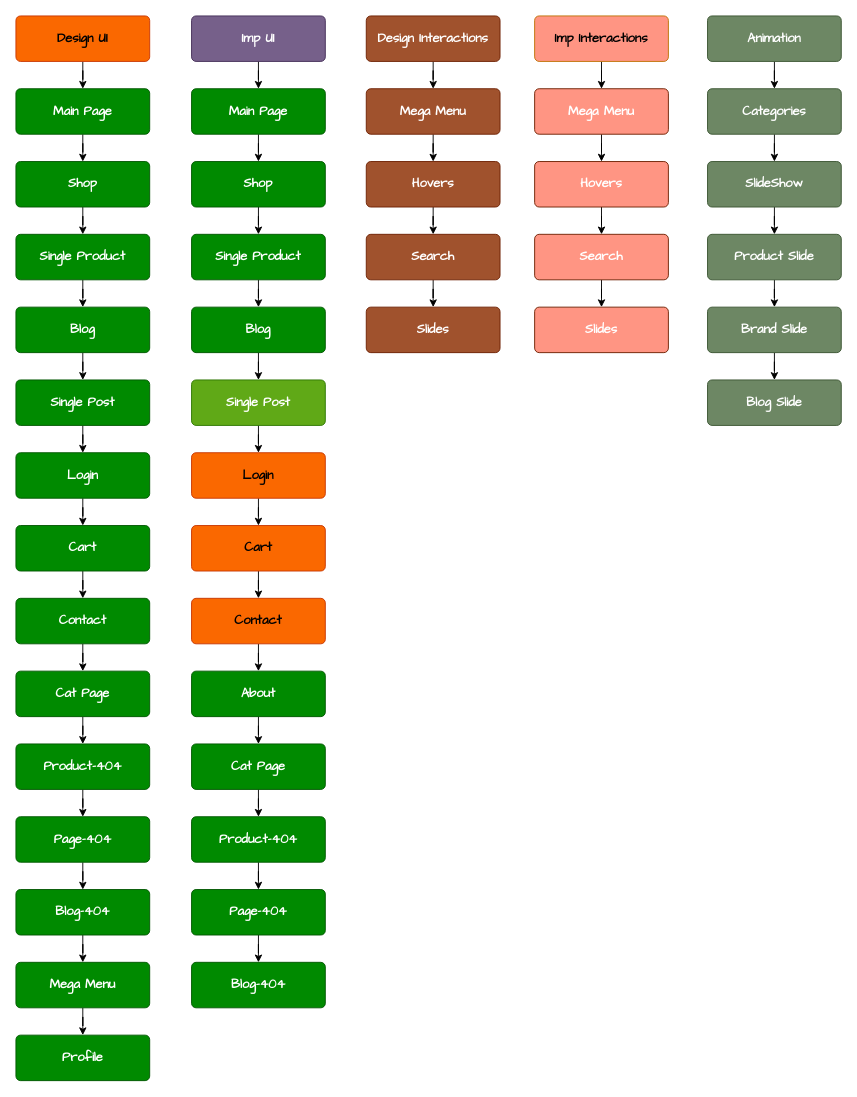
Before: JSProject.drawio in monfaredpersonal/Development, a draw.io diagram. Source tidied: cells renumbered, new cells numbered last; positions are measured from the earlier drawing's top-left corner, leaving out a move shared by most shapes. Both pictures are drawn from the tidied source at 91%, with x=0, y=0 at pixel (15, 15).
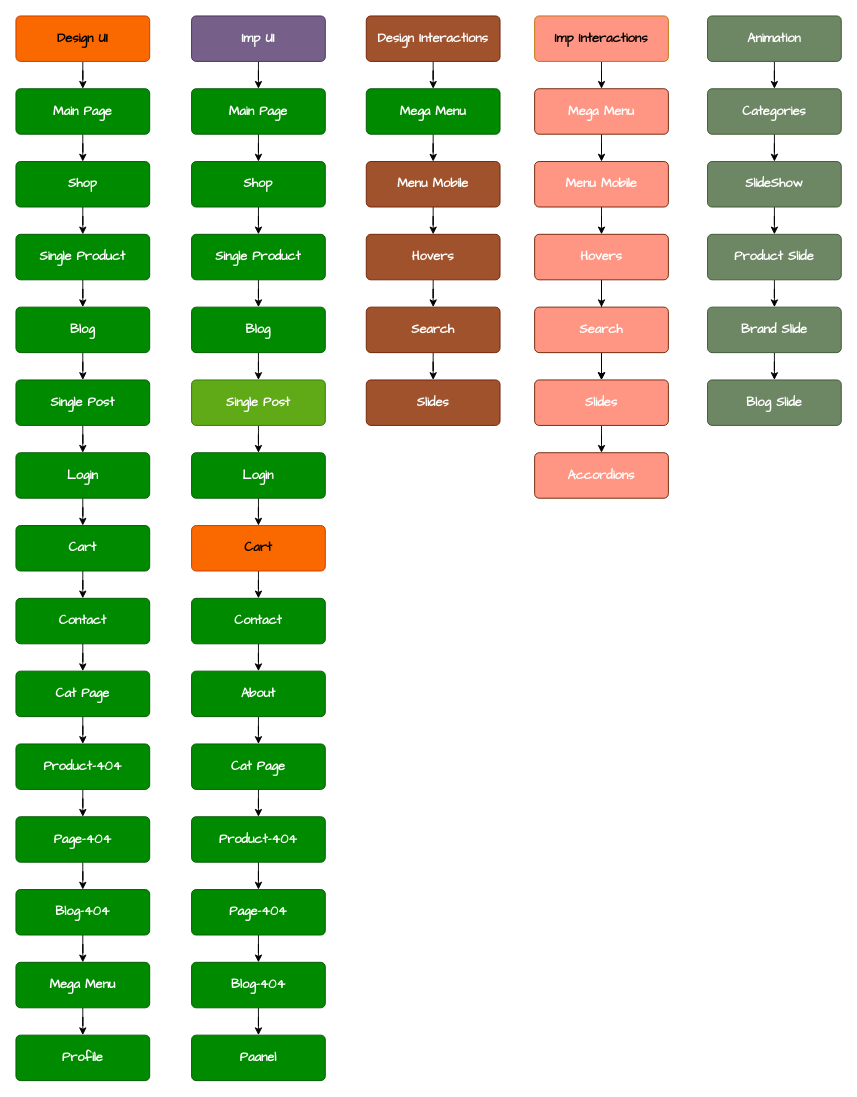
The same diagram, later.

The change refers to these unchanged cells:
```xml
<mxCell id="60" value="&lt;div style=&quot;forced-color-adjust: none;&quot;&gt;404-Blog&lt;/div&gt;" style="html=1;shadow=0;dashed=0;shape=mxgraph.bootstrap.rrect;rSize=5;strokeColor=#005700;strokeWidth=1;fillColor=#008a00;fontColor=#ffffff;whiteSpace=wrap;align=center;verticalAlign=middle;spacingLeft=0;fontStyle=1;fontSize=14;spacing=5;rounded=1;glass=0;fillStyle=auto;fontFamily=Comic Sans MS;horizontal=1;textDirection=rtl;points=[];" parent="1" vertex="1">
  <mxGeometry x="193" y="1040" width="147" height="50" as="geometry" />
</mxCell>
```

Diff of the diagram source:
```diff
@@
-    <mxCell id="47" value="&lt;div style=&quot;forced-color-adjust: none;&quot;&gt;Login&lt;/div&gt;" style="html=1;shadow=0;dashed=0;shape=mxgraph.bootstrap.rrect;rSize=5;strokeColor=#C73500;strokeWidth=1;fillColor=#fa6800;fontColor=#000000;whiteSpace=wrap;align=center;verticalAlign=middle;spacingLeft=0;fontStyle=1;fontSize=14;spacing=5;rounded=1;glass=0;fillStyle=auto;fontFamily=Comic Sans MS;horizontal=1;textDirection=rtl;points=[];" parent="1" vertex="1">
+    <mxCell id="47" value="&lt;div style=&quot;forced-color-adjust: none;&quot;&gt;Login&lt;/div&gt;" style="html=1;shadow=0;dashed=0;shape=mxgraph.bootstrap.rrect;rSize=5;strokeColor=#005700;strokeWidth=1;fillColor=#008a00;fontColor=#ffffff;whiteSpace=wrap;align=center;verticalAlign=middle;spacingLeft=0;fontStyle=1;fontSize=14;spacing=5;rounded=1;glass=0;fillStyle=auto;fontFamily=Comic Sans MS;horizontal=1;textDirection=rtl;points=[];" parent="1" vertex="1">
       <mxGeometry x="193" y="480" width="147" height="50" as="geometry" />
     </mxCell>
@@
-    <mxCell id="51" value="&lt;div style=&quot;forced-color-adjust: none;&quot;&gt;Contact&lt;/div&gt;" style="html=1;shadow=0;dashed=0;shape=mxgraph.bootstrap.rrect;rSize=5;strokeColor=#C73500;strokeWidth=1;fillColor=#fa6800;fontColor=#000000;whiteSpace=wrap;align=center;verticalAlign=middle;spacingLeft=0;fontStyle=1;fontSize=14;spacing=5;rounded=1;glass=0;fillStyle=auto;fontFamily=Comic Sans MS;horizontal=1;textDirection=rtl;points=[];" parent="1" vertex="1">
+    <mxCell id="51" value="&lt;div style=&quot;forced-color-adjust: none;&quot;&gt;Contact&lt;/div&gt;" style="html=1;shadow=0;dashed=0;shape=mxgraph.bootstrap.rrect;rSize=5;strokeColor=#005700;strokeWidth=1;fillColor=#008a00;fontColor=#ffffff;whiteSpace=wrap;align=center;verticalAlign=middle;spacingLeft=0;fontStyle=1;fontSize=14;spacing=5;rounded=1;glass=0;fillStyle=auto;fontFamily=Comic Sans MS;horizontal=1;textDirection=rtl;points=[];" parent="1" vertex="1">
       <mxGeometry x="193" y="640" width="147" height="50" as="geometry" />
     </mxCell>
@@
+    <mxCell id="87" style="edgeStyle=orthogonalEdgeStyle;rounded=0;jettySize=auto;html=1;" parent="1" edge="1" source="60" target="91">
+      <mxGeometry relative="1" as="geometry" />
+    </mxCell>
@@
-    <mxCell id="61" style="edgeStyle=orthogonalEdgeStyle;rounded=0;jettySize=auto;html=1;" parent="1" edge="1" source="62" target="64">
-      <mxGeometry relative="1" as="geometry" />
-    </mxCell>
+    <mxCell id="88" style="edgeStyle=orthogonalEdgeStyle;rounded=0;jettySize=auto;html=1;" parent="1" edge="1" source="62" target="93">
+      <mxGeometry relative="1" as="geometry" />
+    </mxCell>
-    <mxCell id="62" value="Mega Menu" style="html=1;shadow=0;dashed=0;shape=mxgraph.bootstrap.rrect;rSize=5;strokeColor=#6D1F00;strokeWidth=1;fillColor=#a0522d;fontColor=#ffffff;whiteSpace=wrap;align=center;verticalAlign=middle;spacingLeft=0;fontStyle=1;fontSize=14;spacing=5;rounded=1;glass=0;fillStyle=auto;fontFamily=Comic Sans MS;horizontal=1;textDirection=rtl;points=[];" parent="1" vertex="1">
+    <mxCell id="62" value="Mega Menu" style="html=1;shadow=0;dashed=0;shape=mxgraph.bootstrap.rrect;rSize=5;strokeColor=#005700;strokeWidth=1;fillColor=#008a00;fontColor=#ffffff;whiteSpace=wrap;align=center;verticalAlign=middle;spacingLeft=0;fontStyle=1;fontSize=14;spacing=5;rounded=1;glass=0;fillStyle=auto;fontFamily=Comic Sans MS;horizontal=1;textDirection=rtl;points=[];" parent="1" vertex="1">
       <mxGeometry x="385" y="80" width="147" height="50" as="geometry" />
     </mxCell>
@@
     <mxCell id="64" value="Hovers" style="html=1;shadow=0;dashed=0;shape=mxgraph.bootstrap.rrect;rSize=5;strokeColor=#6D1F00;strokeWidth=1;fillColor=#a0522d;fontColor=#ffffff;whiteSpace=wrap;align=center;verticalAlign=middle;spacingLeft=0;fontStyle=1;fontSize=14;spacing=5;rounded=1;glass=0;fillStyle=auto;fontFamily=Comic Sans MS;horizontal=1;textDirection=rtl;points=[];" parent="1" vertex="1">
-      <mxGeometry x="385" y="160" width="147" height="50" as="geometry" />
+      <mxGeometry x="385" y="240" width="147" height="50" as="geometry" />
     </mxCell>
@@
     <mxCell id="66" value="Search" style="html=1;shadow=0;dashed=0;shape=mxgraph.bootstrap.rrect;rSize=5;strokeColor=#6D1F00;strokeWidth=1;fillColor=#a0522d;fontColor=#ffffff;whiteSpace=wrap;align=center;verticalAlign=middle;spacingLeft=0;fontStyle=1;fontSize=14;spacing=5;rounded=1;glass=0;fillStyle=auto;fontFamily=Comic Sans MS;horizontal=1;textDirection=rtl;points=[];" parent="1" vertex="1">
-      <mxGeometry x="385" y="240" width="147" height="50" as="geometry" />
+      <mxGeometry x="385" y="320" width="147" height="50" as="geometry" />
     </mxCell>
     <mxCell id="67" value="Slides" style="html=1;shadow=0;dashed=0;shape=mxgraph.bootstrap.rrect;rSize=5;strokeColor=#6D1F00;strokeWidth=1;fillColor=#a0522d;fontColor=#ffffff;whiteSpace=wrap;align=center;verticalAlign=middle;spacingLeft=0;fontStyle=1;fontSize=14;spacing=5;rounded=1;glass=0;fillStyle=auto;fontFamily=Comic Sans MS;horizontal=1;textDirection=rtl;points=[];" parent="1" vertex="1">
-      <mxGeometry x="385" y="320" width="147" height="50" as="geometry" />
+      <mxGeometry x="385" y="400" width="147" height="50" as="geometry" />
     </mxCell>
@@
-    <mxCell id="71" value="Hovers" style="html=1;shadow=0;dashed=0;shape=mxgraph.bootstrap.rrect;rSize=5;strokeColor=#6D1F00;strokeWidth=1;fillColor=#FF9583;fontColor=#ffffff;whiteSpace=wrap;align=center;verticalAlign=middle;spacingLeft=0;fontStyle=1;fontSize=14;spacing=5;rounded=1;glass=0;fillStyle=auto;fontFamily=Comic Sans MS;horizontal=1;textDirection=rtl;points=[];" parent="1" vertex="1">
+    <mxCell id="71" value="Menu Mobile" style="html=1;shadow=0;dashed=0;shape=mxgraph.bootstrap.rrect;rSize=5;strokeColor=#6D1F00;strokeWidth=1;fillColor=#FF9583;fontColor=#ffffff;whiteSpace=wrap;align=center;verticalAlign=middle;spacingLeft=0;fontStyle=1;fontSize=14;spacing=5;rounded=1;glass=0;fillStyle=auto;fontFamily=Comic Sans MS;horizontal=1;textDirection=rtl;points=[];" parent="1" vertex="1">
       <mxGeometry x="570" y="160" width="147" height="50" as="geometry" />
     </mxCell>
@@
+    <mxCell id="89" style="edgeStyle=orthogonalEdgeStyle;rounded=0;jettySize=auto;html=1;" parent="1" edge="1" source="73" target="95">
+      <mxGeometry relative="1" as="geometry" />
+    </mxCell>
-    <mxCell id="73" value="Search" style="html=1;shadow=0;dashed=0;shape=mxgraph.bootstrap.rrect;rSize=5;strokeColor=#6D1F00;strokeWidth=1;fillColor=#FF9583;fontColor=#ffffff;whiteSpace=wrap;align=center;verticalAlign=middle;spacingLeft=0;fontStyle=1;fontSize=14;spacing=5;rounded=1;glass=0;fillStyle=auto;fontFamily=Comic Sans MS;horizontal=1;textDirection=rtl;points=[];" parent="1" vertex="1">
+    <mxCell id="73" value="Hovers" style="html=1;shadow=0;dashed=0;shape=mxgraph.bootstrap.rrect;rSize=5;strokeColor=#6D1F00;strokeWidth=1;fillColor=#FF9583;fontColor=#ffffff;whiteSpace=wrap;align=center;verticalAlign=middle;spacingLeft=0;fontStyle=1;fontSize=14;spacing=5;rounded=1;glass=0;fillStyle=auto;fontFamily=Comic Sans MS;horizontal=1;textDirection=rtl;points=[];" parent="1" vertex="1">
       <mxGeometry x="570" y="240" width="147" height="50" as="geometry" />
     </mxCell>
+    <mxCell id="90" style="edgeStyle=orthogonalEdgeStyle;rounded=0;jettySize=auto;html=1;" parent="1" edge="1" source="74" target="95">
+      <mxGeometry relative="1" as="geometry" />
+    </mxCell>
-    <mxCell id="74" value="Slides" style="html=1;shadow=0;dashed=0;shape=mxgraph.bootstrap.rrect;rSize=5;strokeColor=#6D1F00;strokeWidth=1;fillColor=#FF9583;fontColor=#ffffff;whiteSpace=wrap;align=center;verticalAlign=middle;spacingLeft=0;fontStyle=1;fontSize=14;spacing=5;rounded=1;glass=0;fillStyle=auto;fontFamily=Comic Sans MS;horizontal=1;textDirection=rtl;points=[];" parent="1" vertex="1">
+    <mxCell id="74" value="Search" style="html=1;shadow=0;dashed=0;shape=mxgraph.bootstrap.rrect;rSize=5;strokeColor=#6D1F00;strokeWidth=1;fillColor=#FF9583;fontColor=#ffffff;whiteSpace=wrap;align=center;verticalAlign=middle;spacingLeft=0;fontStyle=1;fontSize=14;spacing=5;rounded=1;glass=0;fillStyle=auto;fontFamily=Comic Sans MS;horizontal=1;textDirection=rtl;points=[];" parent="1" vertex="1">
       <mxGeometry x="570" y="320" width="147" height="50" as="geometry" />
     </mxCell>
@@
+    <mxCell id="91" value="&lt;div style=&quot;forced-color-adjust: none;&quot;&gt;Paanel&lt;/div&gt;" style="html=1;shadow=0;dashed=0;shape=mxgraph.bootstrap.rrect;rSize=5;strokeColor=#005700;strokeWidth=1;fillColor=#008a00;fontColor=#ffffff;whiteSpace=wrap;align=center;verticalAlign=middle;spacingLeft=0;fontStyle=1;fontSize=14;spacing=5;rounded=1;glass=0;fillStyle=auto;fontFamily=Comic Sans MS;horizontal=1;textDirection=rtl;points=[];" parent="1" vertex="1">
+      <mxGeometry x="193" y="1120" width="147" height="50" as="geometry" />
+    </mxCell>
+    <mxCell id="92" style="edgeStyle=orthogonalEdgeStyle;rounded=0;jettySize=auto;html=1;" parent="1" edge="1" source="93" target="64">
+      <mxGeometry relative="1" as="geometry" />
+    </mxCell>
+    <mxCell id="93" value="Menu Mobile" style="html=1;shadow=0;dashed=0;shape=mxgraph.bootstrap.rrect;rSize=5;strokeColor=#6D1F00;strokeWidth=1;fillColor=#a0522d;fontColor=#ffffff;whiteSpace=wrap;align=center;verticalAlign=middle;spacingLeft=0;fontStyle=1;fontSize=14;spacing=5;rounded=1;glass=0;fillStyle=auto;fontFamily=Comic Sans MS;horizontal=1;textDirection=rtl;points=[];" parent="1" vertex="1">
+      <mxGeometry x="385" y="160" width="147" height="50" as="geometry" />
+    </mxCell>
+    <mxCell id="94" style="edgeStyle=orthogonalEdgeStyle;rounded=0;jettySize=auto;html=1;" parent="1" edge="1" source="95" target="96">
+      <mxGeometry relative="1" as="geometry" />
+    </mxCell>
+    <mxCell id="95" value="Slides" style="html=1;shadow=0;dashed=0;shape=mxgraph.bootstrap.rrect;rSize=5;strokeColor=#6D1F00;strokeWidth=1;fillColor=#FF9583;fontColor=#ffffff;whiteSpace=wrap;align=center;verticalAlign=middle;spacingLeft=0;fontStyle=1;fontSize=14;spacing=5;rounded=1;glass=0;fillStyle=auto;fontFamily=Comic Sans MS;horizontal=1;textDirection=rtl;points=[];" parent="1" vertex="1">
+      <mxGeometry x="570" y="400" width="147" height="50" as="geometry" />
+    </mxCell>
+    <mxCell id="96" value="Accordions" style="html=1;shadow=0;dashed=0;shape=mxgraph.bootstrap.rrect;rSize=5;strokeColor=#6D1F00;strokeWidth=1;fillColor=#FF9583;fontColor=#ffffff;whiteSpace=wrap;align=center;verticalAlign=middle;spacingLeft=0;fontStyle=1;fontSize=14;spacing=5;rounded=1;glass=0;fillStyle=auto;fontFamily=Comic Sans MS;horizontal=1;textDirection=rtl;points=[];" parent="1" vertex="1">
+      <mxGeometry x="570" y="480" width="147" height="50" as="geometry" />
+    </mxCell>
```
